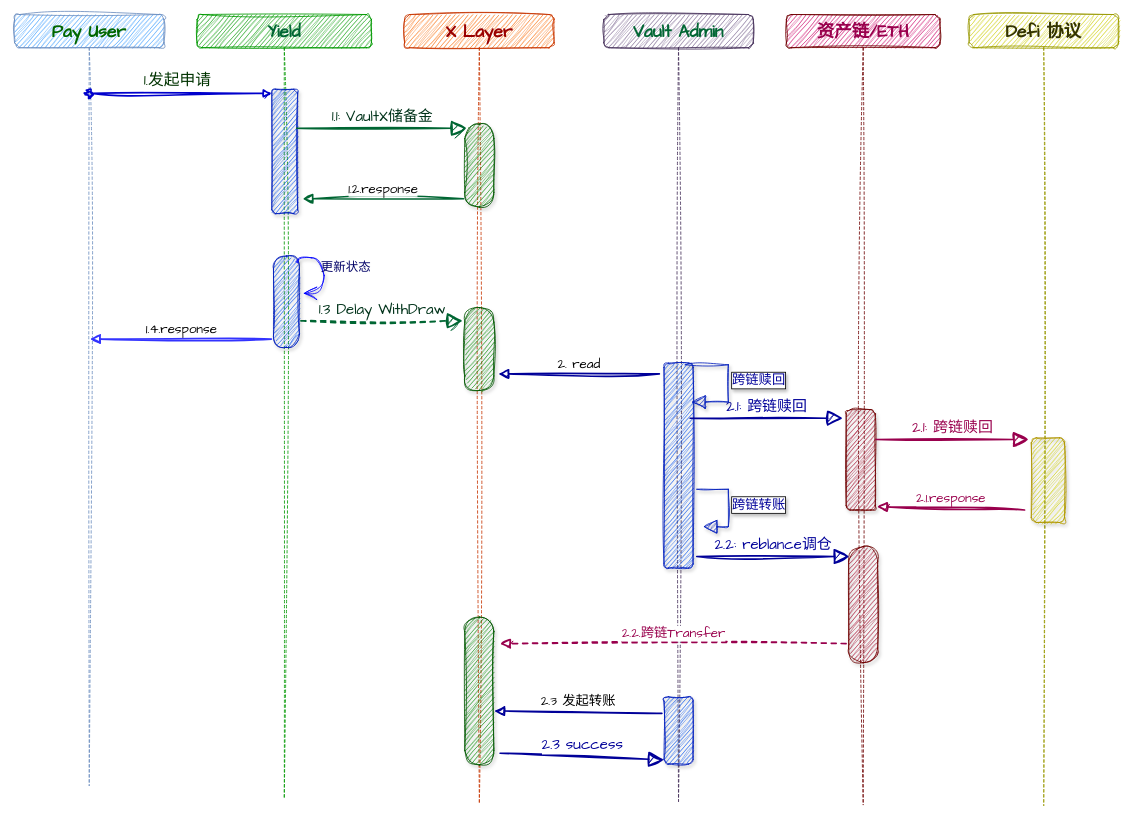
This is 自研vault-基本流程-延迟赎回.drawio from z7658329/my-utils, a draw.io file, before an edit. Source tidied: cells renumbered, new cells numbered last; positions are measured from the earlier drawing's top-left corner, leaving out a move shared by most shapes. Both pictures are drawn from the tidied source at 83%, with x=0, y=0 at pixel (14, 14).
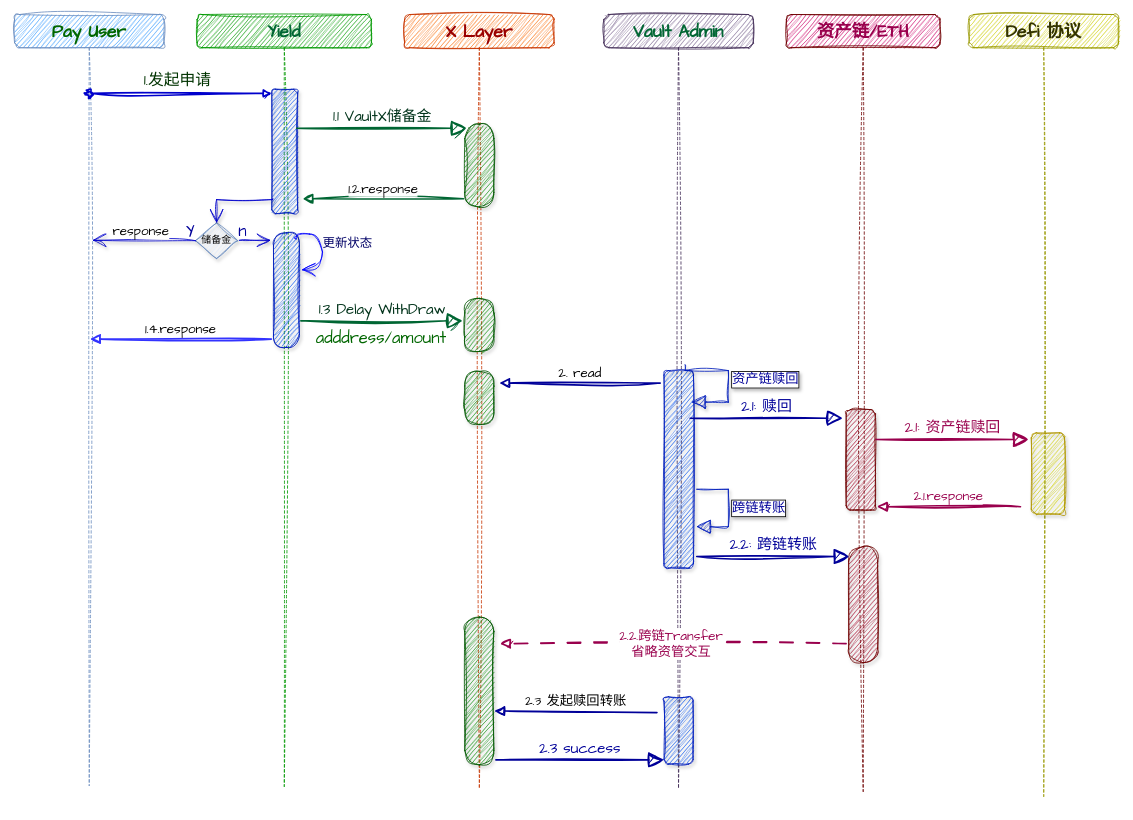
The same page after the edit.

Commit message:
更新自研vault-基本流程-延迟赎回.drawio

Unchanged cells that the change refers to:
```xml
<mxCell id="16" style="html=1;points=[[0,0,0,0,5],[0,1,0,0,-5],[1,0,0,0,5],[1,1,0,0,-5]];perimeter=orthogonalPerimeter;outlineConnect=0;targetShapes=umlLifeline;portConstraint=eastwest;newEdgeStyle={&quot;curved&quot;:0,&quot;rounded&quot;:0};fontFamily=Architects Daughter;fillColor=#0050ef;fontColor=#ffffff;strokeColor=#001DBC;sketch=1;curveFitting=1;jiggle=2;shadow=1;rounded=1;" parent="14" vertex="1">
  <mxGeometry x="72.5" y="822" width="35" height="81" as="geometry" />
</mxCell>
```

The edit, as a diff of the source:
```diff
@@
     <mxCell id="3" value="&lt;font style=&quot;color: rgb(0, 102, 51);&quot;&gt;Yield&lt;/font&gt;" style="shape=umlLifeline;perimeter=lifelinePerimeter;whiteSpace=wrap;html=1;newEdgeStyle={&quot;curved&quot;:0,&quot;rounded&quot;:0};fontFamily=Comic Sans MS;sketch=1;curveFitting=1;jiggle=2;rounded=1;fillColor=#009900;strokeColor=#009900;fontSize=21;fontStyle=1;" parent="1" vertex="1">
-      <mxGeometry x="220" width="210" height="945" as="geometry" />
+      <mxGeometry x="220" width="210" height="930" as="geometry" />
     </mxCell>
@@
     <mxCell id="5" style="html=1;perimeter=orthogonalPerimeter;targetShapes=umlLifeline;newEdgeStyle={&quot;curved&quot;:0,&quot;rounded&quot;:0};fontFamily=Architects Daughter;fillColor=#0050ef;strokeColor=#001DBC;fontColor=#ffffff;sketch=1;curveFitting=1;jiggle=2;rounded=1;shadow=1;arcSize=50;" parent="3" vertex="1">
-      <mxGeometry x="92" y="291" width="31.2" height="110" as="geometry" />
+      <mxGeometry x="92" y="263" width="31.2" height="138" as="geometry" />
     </mxCell>
@@
     <mxCell id="7" value="&lt;font style=&quot;color: rgb(153, 0, 0);&quot;&gt;X Layer&lt;/font&gt;" style="shape=umlLifeline;perimeter=lifelinePerimeter;whiteSpace=wrap;html=1;newEdgeStyle={&quot;curved&quot;:0,&quot;rounded&quot;:0};fontFamily=Comic Sans MS;sketch=1;curveFitting=1;jiggle=2;rounded=1;fillColor=#fa6800;strokeColor=#C73500;fontSize=21;fontStyle=1;fontColor=#000000;" parent="1" vertex="1">
-      <mxGeometry x="470" width="180" height="951" as="geometry" />
+      <mxGeometry x="470" width="180" height="932" as="geometry" />
     </mxCell>
@@
     <mxCell id="9" style="html=1;perimeter=orthogonalPerimeter;targetShapes=umlLifeline;newEdgeStyle={&quot;curved&quot;:0,&quot;rounded&quot;:0};fontFamily=Architects Daughter;fillColor=#008a00;fontColor=#ffffff;strokeColor=#005700;sketch=1;curveFitting=1;jiggle=2;shadow=1;rounded=1;arcSize=50;labelBackgroundColor=none;textShadow=1;glass=0;" parent="7" vertex="1">
-      <mxGeometry x="72.5" y="353" width="35" height="100" as="geometry" />
+      <mxGeometry x="72.5" y="342" width="35" height="64" as="geometry" />
     </mxCell>
@@
+    <mxCell id="35" style="html=1;perimeter=orthogonalPerimeter;targetShapes=umlLifeline;newEdgeStyle={&quot;curved&quot;:0,&quot;rounded&quot;:0};fontFamily=Architects Daughter;fillColor=#008a00;fontColor=#ffffff;strokeColor=#005700;sketch=1;curveFitting=1;jiggle=2;shadow=1;rounded=1;arcSize=50;labelBackgroundColor=none;textShadow=1;glass=0;" parent="7" vertex="1">
+      <mxGeometry x="72.5" y="430" width="35" height="64" as="geometry" />
+    </mxCell>
-    <mxCell id="11" value="&lt;font color=&quot;#00331a&quot;&gt;&lt;span style=&quot;font-size: 18px;&quot;&gt;1.1: VaultX储备金&lt;/span&gt;&lt;/font&gt;" style="html=1;verticalAlign=bottom;endArrow=block;curved=0;rounded=0;entryX=0;entryY=0;entryDx=0;entryDy=5;fontFamily=Architects Daughter;fontSize=16;startSize=14;endSize=14;sourcePerimeterSpacing=8;targetPerimeterSpacing=8;strokeColor=#006633;strokeWidth=2;sketch=1;curveFitting=1;jiggle=2;shadow=0;" parent="1" edge="1">
+    <mxCell id="11" value="&lt;font color=&quot;#00331a&quot;&gt;&lt;span style=&quot;font-size: 18px;&quot;&gt;1.1 VaultX储备金&lt;/span&gt;&lt;/font&gt;" style="html=1;verticalAlign=bottom;endArrow=block;curved=0;rounded=0;entryX=0;entryY=0;entryDx=0;entryDy=5;fontFamily=Architects Daughter;fontSize=16;startSize=14;endSize=14;sourcePerimeterSpacing=8;targetPerimeterSpacing=8;strokeColor=#006633;strokeWidth=2;sketch=1;curveFitting=1;jiggle=2;shadow=0;" parent="1" edge="1">
       <mxGeometry relative="1" as="geometry">
         <mxPoint x="340" y="137" as="sourcePoint" />
         <mxPoint x="545" y="137" as="targetPoint" />
       </mxGeometry>
     </mxCell>
@@
     <mxCell id="13" value="1.4.response" style="html=1;verticalAlign=bottom;endArrow=block;endSize=8;curved=0;rounded=1;exitX=0;exitY=1;exitDx=0;exitDy=-5;fontFamily=Architects Daughter;fontSize=16;sourcePerimeterSpacing=8;targetPerimeterSpacing=8;strokeColor=#3333FF;strokeWidth=2;sketch=1;curveFitting=1;jiggle=2;endFill=1;" parent="1" edge="1">
-      <mxGeometry relative="1" as="geometry">
+      <mxGeometry x="0.01" relative="1" as="geometry">
         <mxPoint x="309.5" y="391" as="sourcePoint" />
         <mxPoint x="91" y="391" as="targetPoint" />
       </mxGeometry>
     </mxCell>
     <mxCell id="14" value="&lt;font style=&quot;color: rgb(0, 102, 51);&quot;&gt;Vault Admin&lt;/font&gt;" style="shape=umlLifeline;perimeter=lifelinePerimeter;whiteSpace=wrap;html=1;newEdgeStyle={&quot;curved&quot;:0,&quot;rounded&quot;:0};fontFamily=Comic Sans MS;sketch=1;curveFitting=1;jiggle=2;rounded=1;fillColor=#76608a;strokeColor=#432D57;fontSize=21;fontStyle=1;fontColor=#ffffff;" parent="1" vertex="1">
-      <mxGeometry x="710" width="180" height="948" as="geometry" />
+      <mxGeometry x="710" width="180" height="932" as="geometry" />
     </mxCell>
     <mxCell id="15" style="html=1;perimeter=orthogonalPerimeter;targetShapes=umlLifeline;newEdgeStyle={&quot;curved&quot;:0,&quot;rounded&quot;:0};fontFamily=Architects Daughter;fillColor=#0050ef;fontColor=#ffffff;strokeColor=#001DBC;sketch=1;curveFitting=1;jiggle=2;shadow=1;rounded=1;" parent="14" vertex="1">
-      <mxGeometry x="72.5" y="420" width="35" height="247" as="geometry" />
+      <mxGeometry x="72.5" y="429" width="35.5" height="238" as="geometry" />
     </mxCell>
@@
     <mxCell id="17" value="&lt;font style=&quot;color: rgb(153, 0, 77);&quot;&gt;资产链/ETH&lt;/font&gt;" style="shape=umlLifeline;perimeter=lifelinePerimeter;whiteSpace=wrap;html=1;newEdgeStyle={&quot;curved&quot;:0,&quot;rounded&quot;:0};fontFamily=Comic Sans MS;sketch=1;curveFitting=1;jiggle=2;rounded=1;fillColor=#CC0066;strokeColor=#6F0000;fontSize=21;fontStyle=1;fontColor=#ffffff;" parent="1" vertex="1">
-      <mxGeometry x="930" width="185" height="952" as="geometry" />
+      <mxGeometry x="930" width="185" height="936" as="geometry" />
     </mxCell>
@@
     <mxCell id="20" value="&lt;font style=&quot;color: rgb(51, 51, 0);&quot;&gt;Defi 协议&lt;/font&gt;" style="shape=umlLifeline;perimeter=lifelinePerimeter;whiteSpace=wrap;html=1;newEdgeStyle={&quot;curved&quot;:0,&quot;rounded&quot;:0};fontFamily=Comic Sans MS;sketch=1;curveFitting=1;jiggle=2;rounded=1;fillColor=#CCCC00;strokeColor=#999900;fontSize=21;fontStyle=1;fontColor=#000000;" parent="1" vertex="1">
-      <mxGeometry x="1150" width="180" height="953" as="geometry" />
+      <mxGeometry x="1150" width="180" height="942" as="geometry" />
     </mxCell>
     <mxCell id="21" style="html=1;perimeter=orthogonalPerimeter;targetShapes=umlLifeline;newEdgeStyle={&quot;curved&quot;:0,&quot;rounded&quot;:0};fontFamily=Architects Daughter;fillColor=#CCCC00;fontColor=#000000;strokeColor=#B09500;rounded=1;sketch=1;curveFitting=1;jiggle=2;shadow=1;" parent="20" vertex="1">
-      <mxGeometry x="75" y="510" width="40" height="102" as="geometry" />
+      <mxGeometry x="75" y="504" width="40" height="98" as="geometry" />
     </mxCell>
     <mxCell id="22" style="edgeStyle=orthogonalEdgeStyle;orthogonalLoop=1;jettySize=auto;html=1;rounded=0;fontFamily=Architects Daughter;fontSize=16;startSize=14;endArrow=open;endSize=14;sourcePerimeterSpacing=8;targetPerimeterSpacing=8;curved=1;sketch=1;curveFitting=1;jiggle=2;shadow=1;strokeColor=#0000FF;" parent="1" edge="1">
       <mxGeometry relative="1" as="geometry">
-        <mxPoint x="341" y="298" as="sourcePoint" />
-        <mxPoint x="348" y="336" as="targetPoint" />
+        <mxPoint x="339" y="269.5" as="sourcePoint" />
+        <mxPoint x="346" y="307.5" as="targetPoint" />
         <Array as="points">
-          <mxPoint x="342" y="298" />
-          <mxPoint x="342" y="293" />
-          <mxPoint x="373" y="293" />
-          <mxPoint x="373" y="336" />
+          <mxPoint x="340" y="269.5" />
+          <mxPoint x="340" y="264.5" />
+          <mxPoint x="371" y="264.5" />
+          <mxPoint x="371" y="307.5" />
         </Array>
       </mxGeometry>
     </mxCell>
     <mxCell id="23" value="更新状态" style="text;strokeColor=none;fillColor=none;html=1;align=center;verticalAlign=middle;whiteSpace=wrap;rounded=0;fontSize=15;fontFamily=Architects Daughter;fontColor=#000066;" parent="1" vertex="1">
-      <mxGeometry x="355" y="288" width="89" height="32" as="geometry" />
+      <mxGeometry x="357" y="260" width="89" height="32" as="geometry" />
     </mxCell>
-    <mxCell id="24" value="&lt;font color=&quot;#00331a&quot;&gt;&lt;span style=&quot;font-size: 18px;&quot;&gt;1.3 Delay WithDraw&lt;/span&gt;&lt;/font&gt;" style="html=1;verticalAlign=bottom;endArrow=block;curved=0;rounded=0;fontFamily=Architects Daughter;fontSize=16;startSize=14;endSize=14;sourcePerimeterSpacing=8;targetPerimeterSpacing=8;strokeColor=#006633;strokeWidth=2;sketch=1;curveFitting=1;jiggle=2;shadow=0;dashed=1;" parent="1" edge="1">
+    <mxCell id="24" value="&lt;font color=&quot;#00331a&quot;&gt;&lt;span style=&quot;font-size: 18px;&quot;&gt;1.3 Delay WithDraw&lt;/span&gt;&lt;/font&gt;" style="html=1;verticalAlign=bottom;endArrow=block;curved=0;rounded=0;fontFamily=Architects Daughter;fontSize=16;startSize=14;endSize=14;sourcePerimeterSpacing=8;targetPerimeterSpacing=8;strokeColor=#006633;strokeWidth=2;sketch=1;curveFitting=1;jiggle=2;shadow=0;" parent="1" edge="1">
       <mxGeometry relative="1" as="geometry">
         <mxPoint x="345" y="369" as="sourcePoint" />
         <mxPoint x="540" y="369" as="targetPoint" />
       </mxGeometry>
     </mxCell>
     <mxCell id="25" value="2. read" style="html=1;verticalAlign=bottom;endArrow=block;endSize=8;curved=0;rounded=1;exitX=0;exitY=1;exitDx=0;exitDy=-5;fontFamily=Architects Daughter;fontSize=16;sourcePerimeterSpacing=8;targetPerimeterSpacing=8;strokeColor=#000099;strokeWidth=2;sketch=1;curveFitting=1;jiggle=2;endFill=1;" parent="1" edge="1">
       <mxGeometry relative="1" as="geometry">
-        <mxPoint x="776.9" y="433" as="sourcePoint" />
-        <mxPoint x="583" y="433" as="targetPoint" />
+        <mxPoint x="777.9" y="444" as="sourcePoint" />
+        <mxPoint x="584" y="444" as="targetPoint" />
       </mxGeometry>
     </mxCell>
-    <mxCell id="26" value="&lt;font style=&quot;color: rgb(0, 0, 153);&quot;&gt;&lt;span style=&quot;font-size: 18px;&quot;&gt;2.1: 跨链赎回&lt;/span&gt;&lt;/font&gt;" style="html=1;verticalAlign=bottom;endArrow=block;curved=0;rounded=0;fontFamily=Architects Daughter;fontSize=16;startSize=14;endSize=14;sourcePerimeterSpacing=8;targetPerimeterSpacing=8;strokeColor=#000099;strokeWidth=2;sketch=1;curveFitting=1;jiggle=2;shadow=0;" parent="1" edge="1">
+    <mxCell id="26" value="&lt;font style=&quot;color: rgb(0, 0, 153);&quot;&gt;&lt;span style=&quot;font-size: 18px;&quot;&gt;2.1: 赎回&lt;/span&gt;&lt;/font&gt;" style="html=1;verticalAlign=bottom;endArrow=block;curved=0;rounded=0;fontFamily=Architects Daughter;fontSize=16;startSize=14;endSize=14;sourcePerimeterSpacing=8;targetPerimeterSpacing=8;strokeColor=#000099;strokeWidth=2;sketch=1;curveFitting=1;jiggle=2;shadow=0;" parent="1" edge="1">
       <mxGeometry relative="1" as="geometry">
         <mxPoint x="814" y="486.4" as="sourcePoint" />
         <mxPoint x="998" y="486.4" as="targetPoint" />
       </mxGeometry>
     </mxCell>
-    <mxCell id="27" value="&lt;font style=&quot;color: rgb(153, 0, 77);&quot;&gt;&lt;span style=&quot;font-size: 18px;&quot;&gt;2.1: 跨链赎回&lt;/span&gt;&lt;/font&gt;" style="html=1;verticalAlign=bottom;endArrow=block;curved=0;rounded=0;fontFamily=Architects Daughter;fontSize=16;startSize=14;endSize=14;sourcePerimeterSpacing=8;targetPerimeterSpacing=8;strokeColor=#99004D;strokeWidth=2;sketch=1;curveFitting=1;jiggle=2;shadow=0;" parent="1" edge="1">
+    <mxCell id="27" value="&lt;font style=&quot;color: rgb(153, 0, 77);&quot;&gt;&lt;span style=&quot;font-size: 18px;&quot;&gt;2.1: 资产链赎回&lt;/span&gt;&lt;/font&gt;" style="html=1;verticalAlign=bottom;endArrow=block;curved=0;rounded=0;fontFamily=Architects Daughter;fontSize=16;startSize=14;endSize=14;sourcePerimeterSpacing=8;targetPerimeterSpacing=8;strokeColor=#99004D;strokeWidth=2;sketch=1;curveFitting=1;jiggle=2;shadow=0;" parent="1" edge="1">
       <mxGeometry relative="1" as="geometry">
         <mxPoint x="1038" y="512" as="sourcePoint" />
         <mxPoint x="1222" y="512" as="targetPoint" />
       </mxGeometry>
     </mxCell>
-    <mxCell id="28" value="&lt;font style=&quot;color: rgb(153, 0, 77);&quot;&gt;2.1.response&lt;/font&gt;" style="html=1;verticalAlign=bottom;endArrow=block;endSize=8;curved=0;rounded=1;exitX=0;exitY=1;exitDx=0;exitDy=-5;fontFamily=Architects Daughter;fontSize=16;sourcePerimeterSpacing=8;targetPerimeterSpacing=8;strokeColor=#99004D;strokeWidth=2;sketch=1;curveFitting=1;jiggle=2;endFill=1;" parent="1" edge="1">
+    <mxCell id="28" value="&lt;font style=&quot;color: rgb(153, 0, 77);&quot;&gt;2.1.response&lt;/font&gt;" style="html=1;verticalAlign=bottom;endArrow=block;endSize=8;curved=0;rounded=1;fontFamily=Architects Daughter;fontSize=16;sourcePerimeterSpacing=8;targetPerimeterSpacing=8;strokeColor=#99004D;strokeWidth=2;sketch=1;curveFitting=1;jiggle=2;endFill=1;" parent="1" edge="1">
       <mxGeometry relative="1" as="geometry">
-        <mxPoint x="1216.9" y="597" as="sourcePoint" />
+        <mxPoint x="1212" y="593" as="sourcePoint" />
         <mxPoint x="1039" y="593" as="targetPoint" />
       </mxGeometry>
     </mxCell>
-    <mxCell id="29" value="&lt;font style=&quot;color: rgb(0, 0, 153);&quot;&gt;&lt;span style=&quot;font-size: 18px;&quot;&gt;2.2: reblance调仓&lt;/span&gt;&lt;/font&gt;" style="html=1;verticalAlign=bottom;endArrow=block;curved=0;rounded=0;fontFamily=Architects Daughter;fontSize=16;startSize=14;endSize=14;sourcePerimeterSpacing=8;targetPerimeterSpacing=8;strokeColor=#000099;strokeWidth=2;sketch=1;curveFitting=1;jiggle=2;shadow=0;" parent="1" edge="1">
+    <mxCell id="29" value="&lt;font style=&quot;color: rgb(0, 0, 153);&quot;&gt;&lt;span style=&quot;font-size: 18px;&quot;&gt;2.2: 跨链转账&lt;/span&gt;&lt;/font&gt;" style="html=1;verticalAlign=bottom;endArrow=block;curved=0;rounded=0;fontFamily=Architects Daughter;fontSize=16;startSize=14;endSize=14;sourcePerimeterSpacing=8;targetPerimeterSpacing=8;strokeColor=#000099;strokeWidth=2;sketch=1;curveFitting=1;jiggle=2;shadow=0;" parent="1" edge="1">
       <mxGeometry relative="1" as="geometry">
         <mxPoint x="822" y="653" as="sourcePoint" />
         <mxPoint x="1006" y="653" as="targetPoint" />
       </mxGeometry>
     </mxCell>
-    <mxCell id="30" value="&lt;font style=&quot;color: rgb(153, 0, 77);&quot;&gt;2.2.跨链Transfer&lt;/font&gt;" style="html=1;verticalAlign=bottom;endArrow=block;endSize=8;curved=0;rounded=1;exitX=0;exitY=1;exitDx=0;exitDy=-5;fontFamily=Architects Daughter;fontSize=16;sourcePerimeterSpacing=8;targetPerimeterSpacing=8;strokeColor=#99004D;strokeWidth=2;sketch=1;curveFitting=1;jiggle=2;endFill=1;dashed=1;" parent="1" edge="1">
-      <mxGeometry relative="1" as="geometry">
+    <mxCell id="30" value="&lt;font style=&quot;color: rgb(153, 0, 77);&quot;&gt;2.2.跨链Transfer&lt;/font&gt;&lt;div&gt;&lt;font style=&quot;color: rgb(153, 0, 77);&quot;&gt;省略资管交互&lt;/font&gt;&lt;/div&gt;" style="html=1;verticalAlign=bottom;endArrow=block;endSize=8;curved=0;rounded=1;exitX=0;exitY=1;exitDx=0;exitDy=-5;fontFamily=Architects Daughter;fontSize=16;sourcePerimeterSpacing=8;targetPerimeterSpacing=8;strokeColor=#99004D;strokeWidth=2;sketch=1;curveFitting=1;jiggle=2;endFill=1;dashed=1;dashPattern=8 8;" parent="1" edge="1">
+      <mxGeometry x="0.01" y="22" relative="1" as="geometry">
         <mxPoint x="1001.9" y="758" as="sourcePoint" />
         <mxPoint x="585" y="758" as="targetPoint" />
       </mxGeometry>
     </mxCell>
-    <mxCell id="31" value="2.3 发起转账" style="html=1;verticalAlign=bottom;endArrow=block;endSize=8;curved=0;rounded=1;exitX=0;exitY=1;exitDx=0;exitDy=-5;fontFamily=Architects Daughter;fontSize=16;sourcePerimeterSpacing=8;targetPerimeterSpacing=8;strokeColor=#000099;strokeWidth=2;sketch=1;curveFitting=1;jiggle=2;endFill=1;" parent="1" edge="1">
+    <mxCell id="31" value="2.3 发起赎回转账" style="html=1;verticalAlign=bottom;endArrow=block;endSize=8;curved=0;rounded=1;fontFamily=Architects Daughter;fontSize=16;sourcePerimeterSpacing=8;targetPerimeterSpacing=8;strokeColor=#000099;strokeWidth=2;sketch=1;curveFitting=1;jiggle=2;endFill=1;" parent="1" edge="1">
       <mxGeometry relative="1" as="geometry">
-        <mxPoint x="779.9" y="842" as="sourcePoint" />
+        <mxPoint x="774" y="841" as="sourcePoint" />
         <mxPoint x="578" y="839" as="targetPoint" />
       </mxGeometry>
     </mxCell>
     <mxCell id="32" value="&lt;font style=&quot;color: rgb(0, 0, 153);&quot;&gt;&lt;span style=&quot;font-size: 18px;&quot;&gt;2.3 success&lt;/span&gt;&lt;/font&gt;" style="html=1;verticalAlign=bottom;endArrow=block;curved=0;rounded=0;fontFamily=Architects Daughter;fontSize=16;startSize=14;endSize=14;sourcePerimeterSpacing=8;targetPerimeterSpacing=8;strokeColor=#000099;strokeWidth=2;sketch=1;curveFitting=1;jiggle=2;shadow=0;entryX=0;entryY=1;entryDx=0;entryDy=-5;entryPerimeter=0;" parent="1" edge="1" target="16">
       <mxGeometry relative="1" as="geometry">
-        <mxPoint x="585" y="890" as="sourcePoint" />
+        <mxPoint x="580" y="898" as="sourcePoint" />
       </mxGeometry>
     </mxCell>
     <mxCell id="33" value="跨链转账" style="html=1;align=left;spacingLeft=2;endArrow=block;rounded=0;edgeStyle=orthogonalEdgeStyle;curved=0;rounded=0;fontFamily=Architects Daughter;fontSize=16;startSize=14;endSize=14;sourcePerimeterSpacing=8;targetPerimeterSpacing=8;exitX=1;exitY=0;exitDx=0;exitDy=5;exitPerimeter=0;sketch=1;curveFitting=1;jiggle=2;fillColor=#0050ef;strokeColor=#001DBC;shadow=1;labelBorderColor=default;textShadow=1;fontColor=#000099;" parent="1" edge="1">
       <mxGeometry relative="1" as="geometry">
         <mxPoint x="822" y="572" as="sourcePoint" />
-        <mxPoint x="830" y="617" as="targetPoint" />
+        <mxPoint x="822" y="617" as="targetPoint" />
         <Array as="points">
           <mxPoint x="860" y="572" />
           <mxPoint x="860" y="617" />
         </Array>
       </mxGeometry>
     </mxCell>
-    <mxCell id="34" value="跨链赎回" style="html=1;align=left;spacingLeft=2;endArrow=block;rounded=0;edgeStyle=orthogonalEdgeStyle;curved=0;rounded=0;fontFamily=Architects Daughter;fontSize=16;startSize=14;endSize=14;sourcePerimeterSpacing=8;targetPerimeterSpacing=8;exitX=1;exitY=0;exitDx=0;exitDy=5;exitPerimeter=0;sketch=1;curveFitting=1;jiggle=2;fillColor=#0050ef;strokeColor=#001DBC;shadow=1;labelBorderColor=default;textShadow=1;fontColor=#000099;" parent="1" edge="1">
-      <mxGeometry relative="1" as="geometry">
+    <mxCell id="34" value="资产链赎回" style="html=1;align=left;spacingLeft=2;endArrow=block;rounded=0;edgeStyle=orthogonalEdgeStyle;curved=0;rounded=0;fontFamily=Architects Daughter;fontSize=16;startSize=14;endSize=14;sourcePerimeterSpacing=8;targetPerimeterSpacing=8;exitX=1;exitY=0;exitDx=0;exitDy=5;exitPerimeter=0;sketch=1;curveFitting=1;jiggle=2;fillColor=#0050ef;strokeColor=#001DBC;shadow=1;labelBorderColor=default;textShadow=1;fontColor=#000099;" parent="1" edge="1">
+      <mxGeometry x="-0.01" relative="1" as="geometry">
         <mxPoint x="808" y="422" as="sourcePoint" />
         <mxPoint x="816" y="467" as="targetPoint" />
         <Array as="points">
-          <mxPoint x="860" y="422" />
+          <mxPoint x="808" y="429" />
+          <mxPoint x="860" y="429" />
           <mxPoint x="860" y="467" />
         </Array>
       </mxGeometry>
     </mxCell>
+    <mxCell id="36" value="储备金" style="rhombus;whiteSpace=wrap;html=1;fontFamily=Architects Daughter;sketch=1;curveFitting=1;jiggle=2;shadow=1;rounded=0;strokeColor=#6c8ebf;fillColor=#dae8fc;" parent="1" vertex="1">
+      <mxGeometry x="218" y="251" width="51" height="43" as="geometry" />
+    </mxCell>
+    <mxCell id="37" style="edgeStyle=orthogonalEdgeStyle;jettySize=auto;html=1;rounded=0;fontFamily=Architects Daughter;fontSize=16;startSize=14;endArrow=open;endSize=14;sourcePerimeterSpacing=8;targetPerimeterSpacing=8;entryX=0.5;entryY=0;entryDx=0;entryDy=0;fillColor=#dae8fc;strokeColor=#0000CC;shadow=1;flowAnimation=1;sketch=1;curveFitting=1;jiggle=2;" parent="1" edge="1" target="36">
+      <mxGeometry relative="1" as="geometry">
+        <mxPoint x="311" y="222" as="sourcePoint" />
+        <Array as="points">
+          <mxPoint x="311" y="223" />
+          <mxPoint x="243" y="223" />
+        </Array>
+      </mxGeometry>
+    </mxCell>
+    <mxCell id="38" style="orthogonalLoop=1;jettySize=auto;html=1;rounded=0;fontFamily=Architects Daughter;fontSize=16;startSize=14;endArrow=open;endSize=14;sourcePerimeterSpacing=8;targetPerimeterSpacing=8;fillColor=#dae8fc;strokeColor=#0000CC;shadow=1;flowAnimation=1;sketch=1;curveFitting=1;jiggle=2;exitX=0;exitY=0.5;exitDx=0;exitDy=0;strokeWidth=1;" parent="1" edge="1">
+      <mxGeometry relative="1" as="geometry">
+        <mxPoint x="218" y="272.5" as="sourcePoint" />
+        <mxPoint x="94" y="272" as="targetPoint" />
+      </mxGeometry>
+    </mxCell>
+    <mxCell id="39" value="response" style="edgeLabel;html=1;align=center;verticalAlign=middle;fontSize=16;fontFamily=Architects Daughter;" parent="38" vertex="1">
+      <mxGeometry x="0.1" y="-4" relative="1" as="geometry">
+        <mxPoint x="1" y="-8" as="offset" />
+      </mxGeometry>
+    </mxCell>
+    <mxCell id="40" style="orthogonalLoop=1;jettySize=auto;html=1;rounded=0;fontFamily=Architects Daughter;fontSize=16;startSize=14;endArrow=open;endSize=14;sourcePerimeterSpacing=8;targetPerimeterSpacing=8;fillColor=#dae8fc;strokeColor=#0000CC;shadow=1;flowAnimation=1;sketch=1;curveFitting=1;jiggle=2;" parent="1" edge="1">
+      <mxGeometry relative="1" as="geometry">
+        <mxPoint x="271" y="272" as="sourcePoint" />
+        <mxPoint x="308.5" y="272" as="targetPoint" />
+      </mxGeometry>
+    </mxCell>
+    <mxCell id="41" value="Y" style="text;strokeColor=none;fillColor=none;html=1;align=center;verticalAlign=middle;whiteSpace=wrap;rounded=0;fontSize=20;fontFamily=Architects Daughter;fontColor=#000099;" parent="1" vertex="1">
+      <mxGeometry x="182" y="247" width="60" height="30" as="geometry" />
+    </mxCell>
+    <mxCell id="42" value="n" style="text;strokeColor=none;fillColor=none;html=1;align=center;verticalAlign=middle;whiteSpace=wrap;rounded=0;fontSize=20;fontFamily=Architects Daughter;fontColor=#000099;" parent="1" vertex="1">
+      <mxGeometry x="245" y="245" width="60" height="30" as="geometry" />
+    </mxCell>
+    <mxCell id="43" value="adddress/amount" style="text;strokeColor=none;fillColor=none;html=1;align=center;verticalAlign=middle;whiteSpace=wrap;rounded=0;fontSize=20;fontFamily=Architects Daughter;fontColor=#006600;" parent="1" vertex="1">
+      <mxGeometry x="321" y="373" width="242" height="31" as="geometry" />
+    </mxCell>
```
